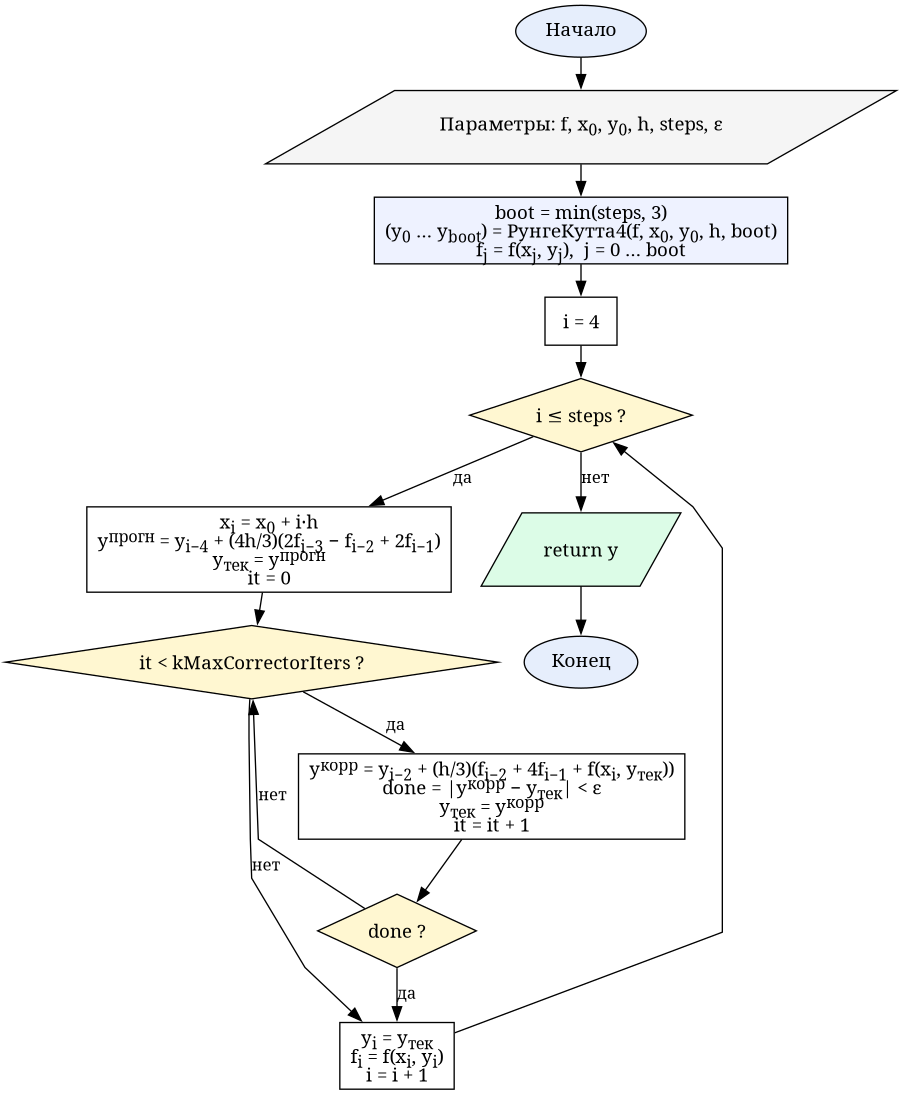
Above: reports/resources/flowcharts/lab6_milne.png in Oriptal/calc-math-lab2 (Graphviz), before the change. Its source is kept beside it as reports/resources/flowcharts/lab6_milne.dot.
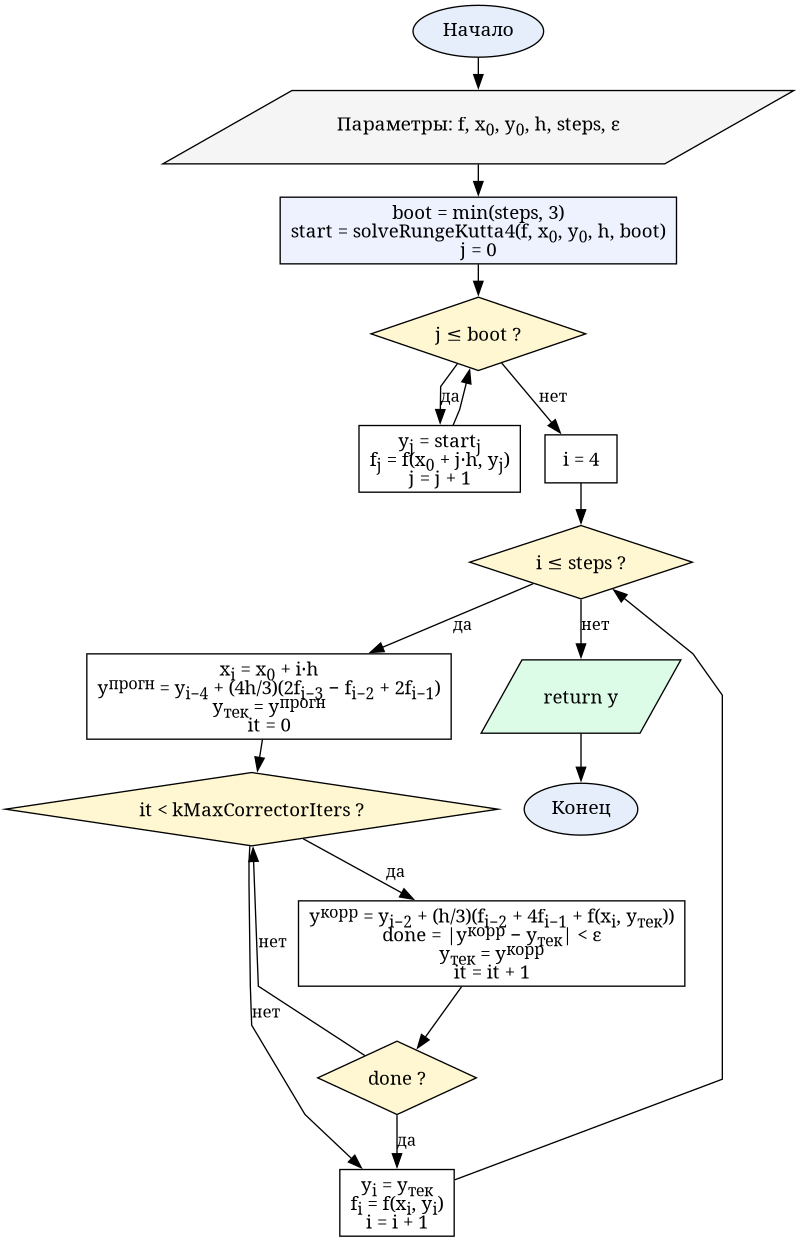
Above is the later version.

The edit, as a diff of the source:
```diff
@@ -5,7 +5,9 @@
 
   start  [label="Начало", shape=oval, fillcolor="#e6eefc"]
   input  [label=<Параметры: f, x<SUB>0</SUB>, y<SUB>0</SUB>, h, steps, ε>, shape=parallelogram, fillcolor="#f5f5f5"]
-  boot   [label=<boot = min(steps, 3)<BR/>(y<SUB>0</SUB> … y<SUB>boot</SUB>) = РунгеКутта4(f, x<SUB>0</SUB>, y<SUB>0</SUB>, h, boot)<BR/>f<SUB>j</SUB> = f(x<SUB>j</SUB>, y<SUB>j</SUB>),  j = 0 … boot>, shape=box, fillcolor="#eef2ff"]
+  boot   [label=<boot = min(steps, 3)<BR/>start = solveRungeKutta4(f, x<SUB>0</SUB>, y<SUB>0</SUB>, h, boot)<BR/>j = 0>, shape=box, fillcolor="#eef2ff"]
+  jchk   [label=<j ≤ boot ?>, shape=diamond, fillcolor="#fff7d1"]
+  jbody  [label=<y<SUB>j</SUB> = start<SUB>j</SUB><BR/>f<SUB>j</SUB> = f(x<SUB>0</SUB> + j·h, y<SUB>j</SUB>)<BR/>j = j + 1>, shape=box]
   init   [label=<i = 4>, shape=box]
   chk    [label=<i ≤ steps ?>, shape=diamond, fillcolor="#fff7d1"]
   pred   [label=<x<SUB>i</SUB> = x<SUB>0</SUB> + i·h<BR/>y<SUP>прогн</SUP> = y<SUB>i−4</SUB> + (4h/3)(2f<SUB>i−3</SUB> − f<SUB>i−2</SUB> + 2f<SUB>i−1</SUB>)<BR/>y<SUB>тек</SUB> = y<SUP>прогн</SUP><BR/>it = 0>, shape=box]
@@ -16,7 +18,11 @@
   output [label=<return y>, shape=parallelogram, fillcolor="#dcfce7"]
   stop   [label="Конец", shape=oval, fillcolor="#e6eefc"]
 
-  start -> input -> boot -> init -> chk
+  start -> input -> boot -> jchk
+  jchk -> jbody [label="да"]
+  jbody -> jchk
+  jchk -> init [label="нет"]
+  init -> chk
   chk -> pred [label="да"]
   pred -> ichk
   ichk -> corr [label="да"]
```
